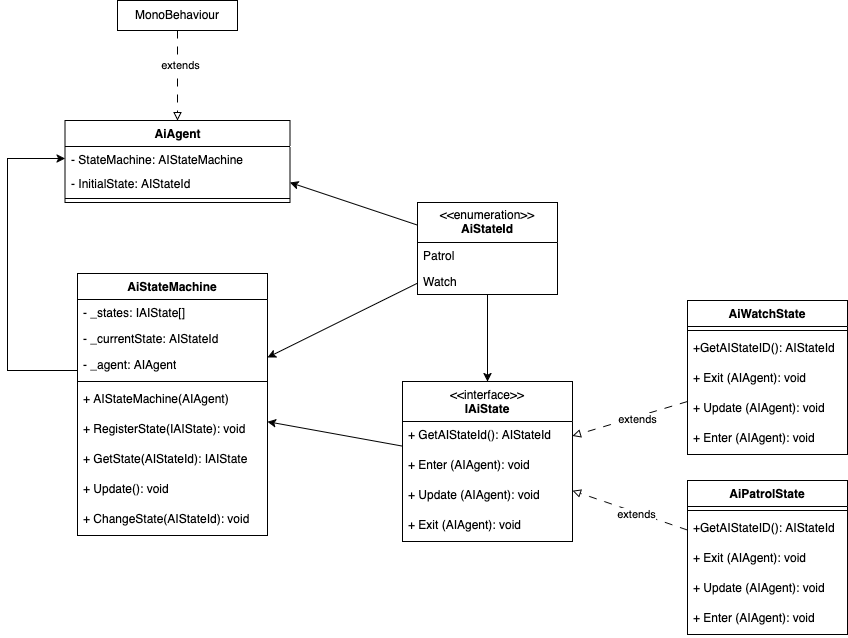
Above: AI StateMachine-ClassDiagram.drawio.png in dana-jadzia/SGD213_Task-2-Wiki (draw.io), before the change. Source tidied: cells renumbered, new cells last; positions are measured from the earlier drawing's top-left corner, leaving out a move shared by most shapes. Source of this version:
```xml
<mxGraphModel>
  <root>
    <mxCell id="0" />
    <mxCell id="1" parent="0" />
    <mxCell id="2" style="rounded=0;jettySize=auto;html=1;dashed=1;dashPattern=8 8;endArrow=block;endFill=0;startSize=12;" parent="1" edge="1" source="5" target="34">
      <mxGeometry relative="1" as="geometry" />
    </mxCell>
    <mxCell id="3" value="extends" style="edgeLabel;html=1;align=center;verticalAlign=middle;" parent="2" vertex="1">
      <mxGeometry x="-0.12" y="2" relative="1" as="geometry" />
    </mxCell>
    <mxCell id="4" style="rounded=0;jettySize=auto;html=1;startSize=12;" parent="1" edge="1" source="34" target="20">
      <mxGeometry relative="1" as="geometry" />
    </mxCell>
    <mxCell id="5" value="AiWatchState" style="swimlane;fontStyle=1;align=center;verticalAlign=top;horizontal=1;startSize=26;whiteSpace=wrap;html=1;" parent="1" vertex="1">
      <mxGeometry x="680" y="300" width="160" height="154" as="geometry" />
    </mxCell>
    <mxCell id="6" style="line;strokeWidth=1;fillColor=none;align=left;verticalAlign=middle;spacingTop=-1;spacingLeft=3;spacingRight=3;labelPosition=right;strokeColor=inherit;" parent="5" vertex="1">
      <mxGeometry y="26" width="160" height="8" as="geometry" />
    </mxCell>
    <mxCell id="7" value="+GetAIStateID(): AIStateId" style="text;strokeColor=none;fillColor=none;align=left;verticalAlign=top;spacingLeft=4;spacingRight=4;overflow=hidden;whiteSpace=wrap;html=1;" parent="5" vertex="1">
      <mxGeometry y="34" width="160" height="30" as="geometry" />
    </mxCell>
    <mxCell id="8" value="+ Exit (AIAgent): void" style="text;strokeColor=none;fillColor=none;align=left;verticalAlign=top;spacingLeft=4;spacingRight=4;overflow=hidden;whiteSpace=wrap;html=1;" parent="5" vertex="1">
      <mxGeometry y="64" width="160" height="30" as="geometry" />
    </mxCell>
    <mxCell id="9" value="&lt;div&gt;+ Update (AIAgent): void&lt;br&gt;&lt;div&gt;&lt;br&gt;&lt;br&gt;&lt;/div&gt;&lt;br&gt;&lt;/div&gt;" style="text;strokeColor=none;fillColor=none;align=left;verticalAlign=top;spacingLeft=4;spacingRight=4;overflow=hidden;whiteSpace=wrap;html=1;" parent="5" vertex="1">
      <mxGeometry y="94" width="160" height="30" as="geometry" />
    </mxCell>
    <mxCell id="10" value="&lt;div&gt;+ Enter (AIAgent): void&lt;br&gt;&lt;br&gt;&lt;/div&gt;" style="text;strokeColor=none;fillColor=none;align=left;verticalAlign=top;spacingLeft=4;spacingRight=4;overflow=hidden;whiteSpace=wrap;html=1;" parent="5" vertex="1">
      <mxGeometry y="124" width="160" height="30" as="geometry" />
    </mxCell>
    <mxCell id="11" value="&lt;div&gt;AiAgent&lt;/div&gt;" style="swimlane;fontStyle=1;align=center;verticalAlign=top;horizontal=1;startSize=26;whiteSpace=wrap;html=1;" parent="1" vertex="1">
      <mxGeometry x="57.5" y="120" width="225" height="82" as="geometry" />
    </mxCell>
    <mxCell id="12" value="- StateMachine: AIStateMachine" style="text;strokeColor=none;fillColor=none;align=left;verticalAlign=top;spacingLeft=4;spacingRight=4;overflow=hidden;points=[[0,0.5],[1,0.5]];portConstraint=eastwest;whiteSpace=wrap;html=1;" parent="11" vertex="1">
      <mxGeometry y="26" width="225" height="24" as="geometry" />
    </mxCell>
    <mxCell id="13" value="- InitialState: AIStateId" style="text;strokeColor=none;fillColor=none;align=left;verticalAlign=top;spacingLeft=4;spacingRight=4;overflow=hidden;points=[[0,0.5],[1,0.5]];portConstraint=eastwest;whiteSpace=wrap;html=1;" parent="11" vertex="1">
      <mxGeometry y="50" width="225" height="24" as="geometry" />
    </mxCell>
    <mxCell id="14" style="line;strokeWidth=1;fillColor=none;align=left;verticalAlign=middle;spacingTop=-1;spacingLeft=3;spacingRight=3;labelPosition=right;strokeColor=inherit;" parent="11" vertex="1">
      <mxGeometry y="74" width="225" height="8" as="geometry" />
    </mxCell>
    <mxCell id="15" style="rounded=0;jettySize=auto;html=1;" parent="1" edge="1" source="17" target="20">
      <mxGeometry relative="1" as="geometry" />
    </mxCell>
    <mxCell id="16" style="rounded=0;jettySize=auto;html=1;entryX=1;entryY=0.5;entryDx=0;entryDy=0;" parent="1" edge="1" source="17" target="13">
      <mxGeometry relative="1" as="geometry" />
    </mxCell>
    <mxCell id="17" value="&lt;div&gt;&amp;lt;&amp;lt;enumeration&amp;gt;&amp;gt;&lt;/div&gt;&lt;div&gt;&lt;b&gt;AiStateId&lt;/b&gt;&lt;/div&gt;" style="swimlane;fontStyle=0;horizontal=1;startSize=40;fillColor=none;whiteSpace=wrap;html=1;" parent="1" vertex="1">
      <mxGeometry x="410" y="202" width="140" height="92" as="geometry" />
    </mxCell>
    <mxCell id="18" value="Patrol" style="text;strokeColor=none;fillColor=none;align=left;verticalAlign=top;spacingLeft=4;spacingRight=4;overflow=hidden;whiteSpace=wrap;html=1;" parent="17" vertex="1">
      <mxGeometry y="40" width="140" height="26" as="geometry" />
    </mxCell>
    <mxCell id="19" value="Watch" style="text;strokeColor=none;fillColor=none;align=left;verticalAlign=top;spacingLeft=4;spacingRight=4;overflow=hidden;whiteSpace=wrap;html=1;" parent="17" vertex="1">
      <mxGeometry y="66" width="140" height="26" as="geometry" />
    </mxCell>
    <mxCell id="20" value="AiStateMachine" style="swimlane;fontStyle=1;align=center;verticalAlign=top;horizontal=1;startSize=26;whiteSpace=wrap;html=1;" parent="1" vertex="1">
      <mxGeometry x="70" y="273" width="190" height="262" as="geometry" />
    </mxCell>
    <mxCell id="21" value="- _states: IAIState[]" style="text;strokeColor=none;fillColor=none;align=left;verticalAlign=top;spacingLeft=4;spacingRight=4;overflow=hidden;whiteSpace=wrap;html=1;" parent="20" vertex="1">
      <mxGeometry y="26" width="190" height="26" as="geometry" />
    </mxCell>
    <mxCell id="22" value="- _currentState: AIStateId" style="text;strokeColor=none;fillColor=none;align=left;verticalAlign=top;spacingLeft=4;spacingRight=4;overflow=hidden;whiteSpace=wrap;html=1;" parent="20" vertex="1">
      <mxGeometry y="52" width="190" height="26" as="geometry" />
    </mxCell>
    <mxCell id="23" value="- _agent: AIAgent" style="text;strokeColor=none;fillColor=none;align=left;verticalAlign=top;spacingLeft=4;spacingRight=4;overflow=hidden;points=[[0,0.5],[1,0.5]];portConstraint=eastwest;whiteSpace=wrap;html=1;" parent="20" vertex="1">
      <mxGeometry y="78" width="190" height="26" as="geometry" />
    </mxCell>
    <mxCell id="24" style="line;strokeWidth=1;fillColor=none;align=left;verticalAlign=middle;spacingTop=-1;spacingLeft=3;spacingRight=3;labelPosition=right;strokeColor=inherit;" parent="20" vertex="1">
      <mxGeometry y="104" width="190" height="8" as="geometry" />
    </mxCell>
    <mxCell id="25" value="+ AIStateMachine(AIAgent)" style="text;strokeColor=none;fillColor=none;align=left;verticalAlign=top;spacingLeft=4;spacingRight=4;overflow=hidden;whiteSpace=wrap;html=1;" parent="20" vertex="1">
      <mxGeometry y="112" width="190" height="30" as="geometry" />
    </mxCell>
    <mxCell id="26" value="+ RegisterState(IAIState): void" style="text;strokeColor=none;fillColor=none;align=left;verticalAlign=top;spacingLeft=4;spacingRight=4;overflow=hidden;whiteSpace=wrap;html=1;" parent="20" vertex="1">
      <mxGeometry y="142" width="190" height="30" as="geometry" />
    </mxCell>
    <mxCell id="27" value="+ GetState(AIStateId): IAIState" style="text;strokeColor=none;fillColor=none;align=left;verticalAlign=top;spacingLeft=4;spacingRight=4;overflow=hidden;whiteSpace=wrap;html=1;" parent="20" vertex="1">
      <mxGeometry y="172" width="190" height="30" as="geometry" />
    </mxCell>
    <mxCell id="28" value="+ Update(): void" style="text;strokeColor=none;fillColor=none;align=left;verticalAlign=top;spacingLeft=4;spacingRight=4;overflow=hidden;whiteSpace=wrap;html=1;" parent="20" vertex="1">
      <mxGeometry y="202" width="190" height="30" as="geometry" />
    </mxCell>
    <mxCell id="29" value="+ ChangeState(AIStateId): void" style="text;strokeColor=none;fillColor=none;align=left;verticalAlign=top;spacingLeft=4;spacingRight=4;overflow=hidden;whiteSpace=wrap;html=1;" parent="20" vertex="1">
      <mxGeometry y="232" width="190" height="30" as="geometry" />
    </mxCell>
    <mxCell id="30" style="rounded=0;jettySize=auto;html=1;startSize=12;endArrow=block;endFill=0;dashed=1;dashPattern=8 8;" parent="1" edge="1" source="32" target="11">
      <mxGeometry relative="1" as="geometry" />
    </mxCell>
    <mxCell id="31" value="extends" style="edgeLabel;html=1;align=center;verticalAlign=middle;" parent="30" vertex="1">
      <mxGeometry x="-0.25" y="2" relative="1" as="geometry" />
    </mxCell>
    <mxCell id="32" value="MonoBehaviour" style="html=1;whiteSpace=wrap;" parent="1" vertex="1">
      <mxGeometry x="110" width="120" height="30" as="geometry" />
    </mxCell>
    <mxCell id="33" style="edgeStyle=orthogonalEdgeStyle;rounded=0;jettySize=auto;html=1;entryX=0;entryY=0.5;entryDx=0;entryDy=0;" parent="1" edge="1" source="23" target="12">
      <mxGeometry relative="1" as="geometry">
        <Array as="points">
          <mxPoint y="370" />
          <mxPoint y="158" />
        </Array>
      </mxGeometry>
    </mxCell>
    <mxCell id="34" value="&lt;div&gt;&lt;span style=&quot;font-weight: normal;&quot;&gt;&amp;lt;&amp;lt;interface&amp;gt;&amp;gt;&lt;/span&gt;&lt;/div&gt;&lt;div&gt;IAiState&lt;/div&gt;" style="swimlane;fontStyle=1;align=center;verticalAlign=top;horizontal=1;startSize=40;whiteSpace=wrap;html=1;direction=east;" parent="1" vertex="1">
      <mxGeometry x="395" y="381" width="170" height="160" as="geometry" />
    </mxCell>
    <mxCell id="35" value="+ GetAIStateId(): AIStateId" style="text;strokeColor=none;fillColor=none;align=left;verticalAlign=top;spacingLeft=4;spacingRight=4;overflow=hidden;whiteSpace=wrap;html=1;" parent="34" vertex="1">
      <mxGeometry y="40" width="170" height="30" as="geometry" />
    </mxCell>
    <mxCell id="36" value="&lt;div&gt;+ Enter (AIAgent): void&lt;br&gt;&lt;br&gt;&lt;/div&gt;" style="text;strokeColor=none;fillColor=none;align=left;verticalAlign=top;spacingLeft=4;spacingRight=4;overflow=hidden;whiteSpace=wrap;html=1;" parent="34" vertex="1">
      <mxGeometry y="70" width="170" height="30" as="geometry" />
    </mxCell>
    <mxCell id="37" value="&lt;div&gt;+ Update (AIAgent): void&lt;br&gt;&lt;div&gt;&lt;br&gt;&lt;br&gt;&lt;/div&gt;&lt;br&gt;&lt;/div&gt;" style="text;strokeColor=none;fillColor=none;align=left;verticalAlign=top;spacingLeft=4;spacingRight=4;overflow=hidden;whiteSpace=wrap;html=1;" parent="34" vertex="1">
      <mxGeometry y="100" width="170" height="30" as="geometry" />
    </mxCell>
    <mxCell id="38" value="+ Exit (AIAgent): void" style="text;strokeColor=none;fillColor=none;align=left;verticalAlign=top;spacingLeft=4;spacingRight=4;overflow=hidden;whiteSpace=wrap;html=1;" parent="34" vertex="1">
      <mxGeometry y="130" width="170" height="30" as="geometry" />
    </mxCell>
    <mxCell id="39" style="rounded=0;jettySize=auto;html=1;startSize=12;" parent="1" edge="1" source="17" target="34">
      <mxGeometry relative="1" as="geometry" />
    </mxCell>
    <mxCell id="40" value="AiPatrolState" style="swimlane;fontStyle=1;align=center;verticalAlign=top;horizontal=1;startSize=26;whiteSpace=wrap;html=1;" parent="1" vertex="1">
      <mxGeometry x="680" y="480" width="160" height="154" as="geometry" />
    </mxCell>
    <mxCell id="41" style="line;strokeWidth=1;fillColor=none;align=left;verticalAlign=middle;spacingTop=-1;spacingLeft=3;spacingRight=3;labelPosition=right;strokeColor=inherit;" parent="40" vertex="1">
      <mxGeometry y="26" width="160" height="8" as="geometry" />
    </mxCell>
    <mxCell id="42" value="+GetAIStateID(): AIStateId" style="text;strokeColor=none;fillColor=none;align=left;verticalAlign=top;spacingLeft=4;spacingRight=4;overflow=hidden;whiteSpace=wrap;html=1;" parent="40" vertex="1">
      <mxGeometry y="34" width="160" height="30" as="geometry" />
    </mxCell>
    <mxCell id="43" value="+ Exit (AIAgent): void" style="text;strokeColor=none;fillColor=none;align=left;verticalAlign=top;spacingLeft=4;spacingRight=4;overflow=hidden;whiteSpace=wrap;html=1;" parent="40" vertex="1">
      <mxGeometry y="64" width="160" height="30" as="geometry" />
    </mxCell>
    <mxCell id="44" value="&lt;div&gt;+ Update (AIAgent): void&lt;br&gt;&lt;div&gt;&lt;br&gt;&lt;br&gt;&lt;/div&gt;&lt;br&gt;&lt;/div&gt;" style="text;strokeColor=none;fillColor=none;align=left;verticalAlign=top;spacingLeft=4;spacingRight=4;overflow=hidden;whiteSpace=wrap;html=1;" parent="40" vertex="1">
      <mxGeometry y="94" width="160" height="30" as="geometry" />
    </mxCell>
    <mxCell id="45" value="&lt;div&gt;+ Enter (AIAgent): void&lt;br&gt;&lt;br&gt;&lt;/div&gt;" style="text;strokeColor=none;fillColor=none;align=left;verticalAlign=top;spacingLeft=4;spacingRight=4;overflow=hidden;whiteSpace=wrap;html=1;" parent="40" vertex="1">
      <mxGeometry y="124" width="160" height="30" as="geometry" />
    </mxCell>
    <mxCell id="46" style="rounded=0;jettySize=auto;html=1;dashed=1;dashPattern=8 8;endArrow=block;endFill=0;startSize=12;" parent="1" edge="1" source="40" target="34">
      <mxGeometry relative="1" as="geometry" />
    </mxCell>
    <mxCell id="47" value="extends" style="edgeLabel;html=1;align=center;verticalAlign=middle;" parent="46" vertex="1">
      <mxGeometry x="-0.12" y="2" relative="1" as="geometry" />
    </mxCell>
  </root>
</mxGraphModel>
```
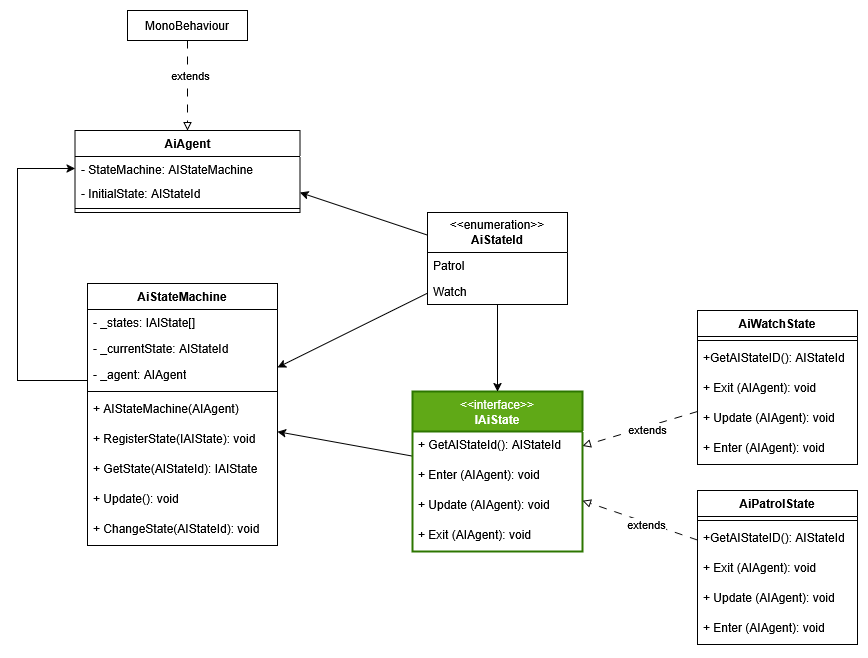
After the commit.

What changed in the source:
```diff
@@ -103,7 +103,7 @@
         </Array>
       </mxGeometry>
     </mxCell>
-    <mxCell id="34" value="&lt;div&gt;&lt;span style=&quot;font-weight: normal;&quot;&gt;&amp;lt;&amp;lt;interface&amp;gt;&amp;gt;&lt;/span&gt;&lt;/div&gt;&lt;div&gt;IAiState&lt;/div&gt;" style="swimlane;fontStyle=1;align=center;verticalAlign=top;horizontal=1;startSize=40;whiteSpace=wrap;html=1;direction=east;" parent="1" vertex="1">
+    <mxCell id="34" value="&lt;div&gt;&lt;span style=&quot;font-weight: normal;&quot;&gt;&amp;lt;&amp;lt;interface&amp;gt;&amp;gt;&lt;/span&gt;&lt;/div&gt;&lt;div&gt;IAiState&lt;/div&gt;" style="swimlane;fontStyle=1;align=center;verticalAlign=top;horizontal=1;startSize=40;whiteSpace=wrap;html=1;direction=east;fillColor=#60a917;strokeColor=#2D7600;fontColor=#ffffff;strokeWidth=2;" parent="1" vertex="1">
       <mxGeometry x="395" y="381" width="170" height="160" as="geometry" />
     </mxCell>
     <mxCell id="35" value="+ GetAIStateId(): AIStateId" style="text;strokeColor=none;fillColor=none;align=left;verticalAlign=top;spacingLeft=4;spacingRight=4;overflow=hidden;whiteSpace=wrap;html=1;" parent="34" vertex="1">
```
